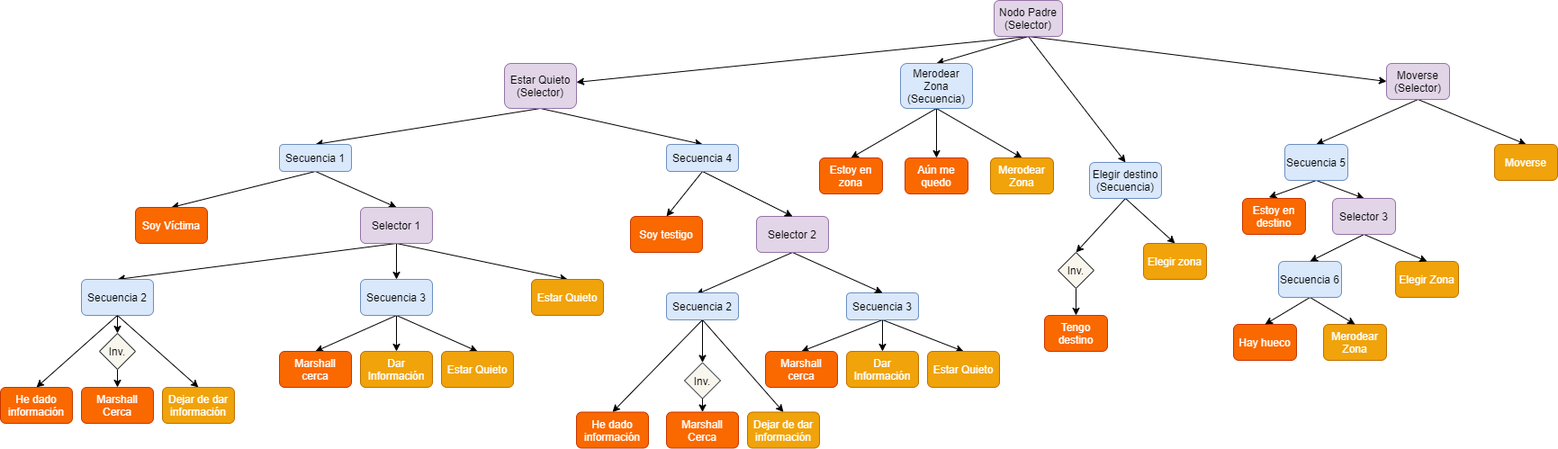
Before: Comportamiento de Personajes/Documentos/BehaviourTreeVillager.png, a diagram exported from draw.io (lightningopal/Juegos-para-Web-y-Redes-Sociales---Unity). Source tidied: cells renumbered, new cells last; positions are measured from the earlier drawing's top-left corner, leaving out a move shared by most shapes.
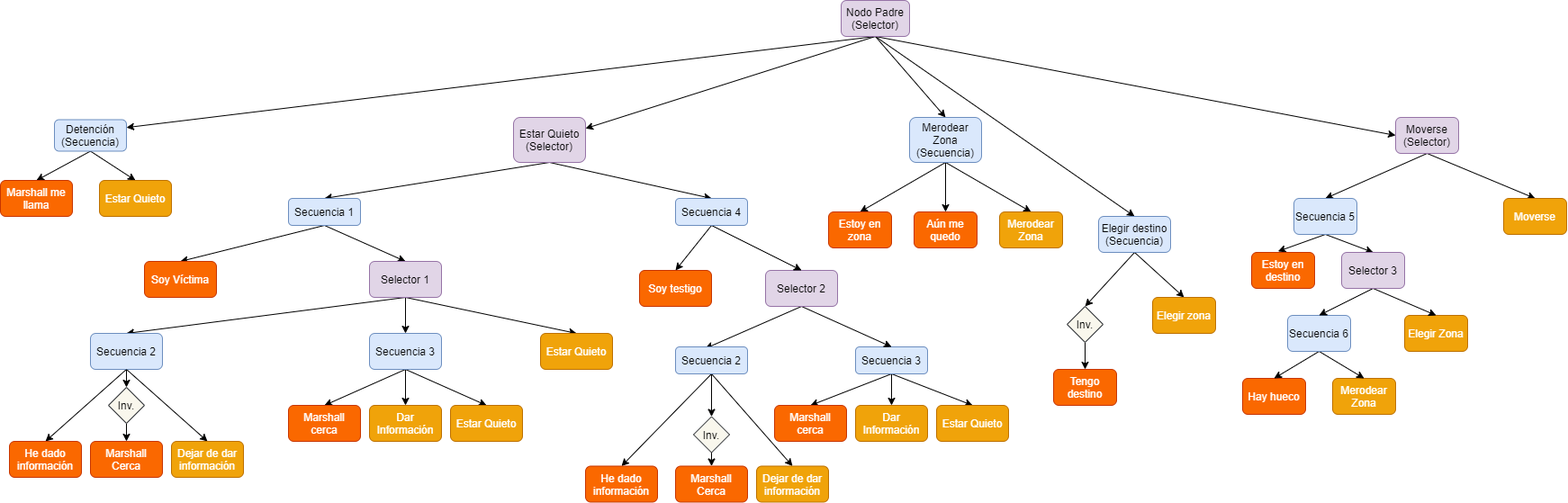
After the change.

Change to the diagram source:
```diff
@@ -14,8 +14,11 @@
     <mxCell id="5" style="edgeStyle=none;rounded=0;jettySize=auto;html=1;exitX=0.5;exitY=1;exitDx=0;exitDy=0;entryX=0;entryY=0.5;entryDx=0;entryDy=0;" parent="1" edge="1" source="6" target="9">
       <mxGeometry relative="1" as="geometry" />
     </mxCell>
+    <mxCell id="89" style="edgeStyle=none;rounded=0;jettySize=auto;html=1;exitX=0.5;exitY=1;exitDx=0;exitDy=0;entryX=1;entryY=0.25;entryDx=0;entryDy=0;" parent="1" edge="1" source="6" target="92">
+      <mxGeometry relative="1" as="geometry" />
+    </mxCell>
     <mxCell id="6" value="Nodo Padre&lt;br&gt;(Selector)" style="rounded=1;whiteSpace=wrap;html=1;fillColor=#e1d5e7;strokeColor=#9673a6;" parent="1" vertex="1">
-      <mxGeometry x="1104" width="76" height="40" as="geometry" />
+      <mxGeometry x="924" y="-60" width="76" height="40" as="geometry" />
     </mxCell>
     <mxCell id="7" style="edgeStyle=none;rounded=0;jettySize=auto;html=1;exitX=0.5;exitY=1;exitDx=0;exitDy=0;entryX=0.5;entryY=0;entryDx=0;entryDy=0;" parent="1" edge="1" source="9" target="26">
       <mxGeometry relative="1" as="geometry" />
@@ -263,5 +266,20 @@
     <mxCell id="88" value="Inv." style="rhombus;whiteSpace=wrap;html=1;fillColor=#f9f7ed;strokeColor=#36393d;" parent="1" vertex="1">
       <mxGeometry x="1175" y="280" width="40" height="40" as="geometry" />
     </mxCell>
+    <mxCell id="90" style="edgeStyle=none;rounded=0;jettySize=auto;html=1;exitX=0.5;exitY=1;exitDx=0;exitDy=0;entryX=0.5;entryY=0;entryDx=0;entryDy=0;" parent="1" edge="1" source="92" target="93">
+      <mxGeometry relative="1" as="geometry" />
+    </mxCell>
+    <mxCell id="91" style="edgeStyle=none;rounded=0;jettySize=auto;html=1;exitX=0.5;exitY=1;exitDx=0;exitDy=0;entryX=0.5;entryY=0;entryDx=0;entryDy=0;" parent="1" edge="1" source="92" target="94">
+      <mxGeometry relative="1" as="geometry" />
+    </mxCell>
+    <mxCell id="92" value="Detención&lt;br&gt;(Secuencia)" style="rounded=1;whiteSpace=wrap;html=1;fillColor=#dae8fc;strokeColor=#6c8ebf;" parent="1" vertex="1">
+      <mxGeometry x="50" y="72.5" width="80" height="35" as="geometry" />
+    </mxCell>
+    <mxCell id="93" value="Marshall me llama" style="rounded=1;whiteSpace=wrap;html=1;fillColor=#fa6800;strokeColor=#C73500;fontColor=#ffffff;" parent="1" vertex="1">
+      <mxGeometry x="-10" y="140" width="80" height="40" as="geometry" />
+    </mxCell>
+    <mxCell id="94" value="Estar Quieto" style="rounded=1;whiteSpace=wrap;html=1;fillColor=#f0a30a;strokeColor=#BD7000;fontColor=#ffffff;" parent="1" vertex="1">
+      <mxGeometry x="100" y="140" width="80" height="40" as="geometry" />
+    </mxCell>
   </root>
 </mxGraphModel>
```
